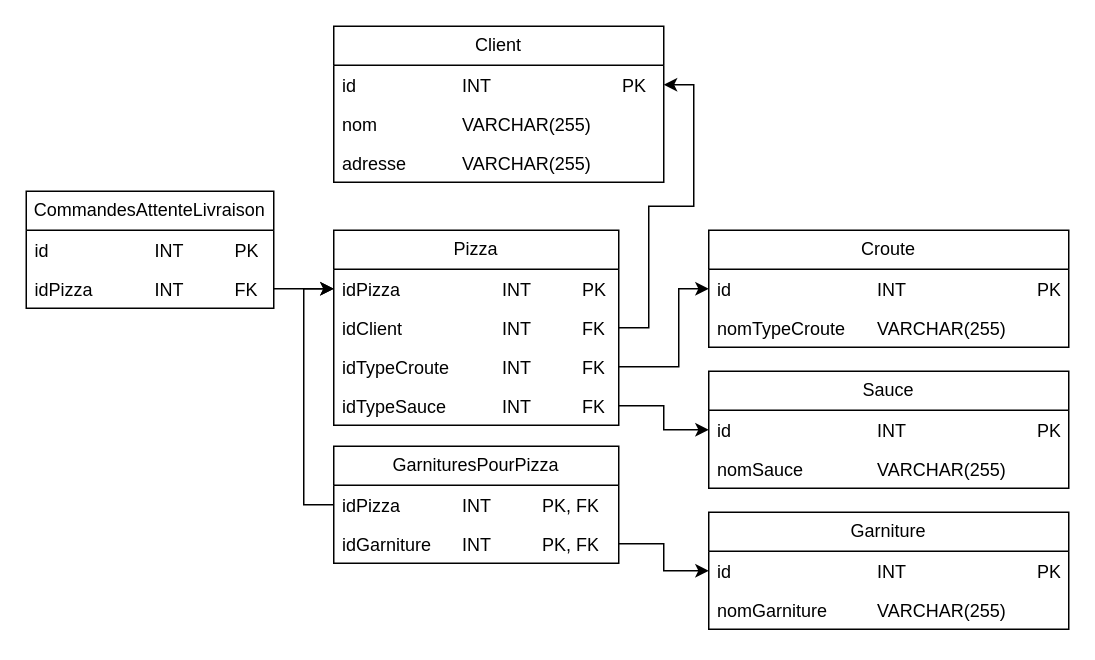
This is ModelisationProjetLong.drawio from cgpvicto-2564967/ProjetLongBD2, a draw.io file, before an edit. Source tidied: cells renumbered, new cells numbered last; positions are measured from the earlier drawing's top-left corner, leaving out a move shared by most shapes. Both pictures are drawn from the tidied source at 150%, with x=0, y=0 at pixel (26, 26).
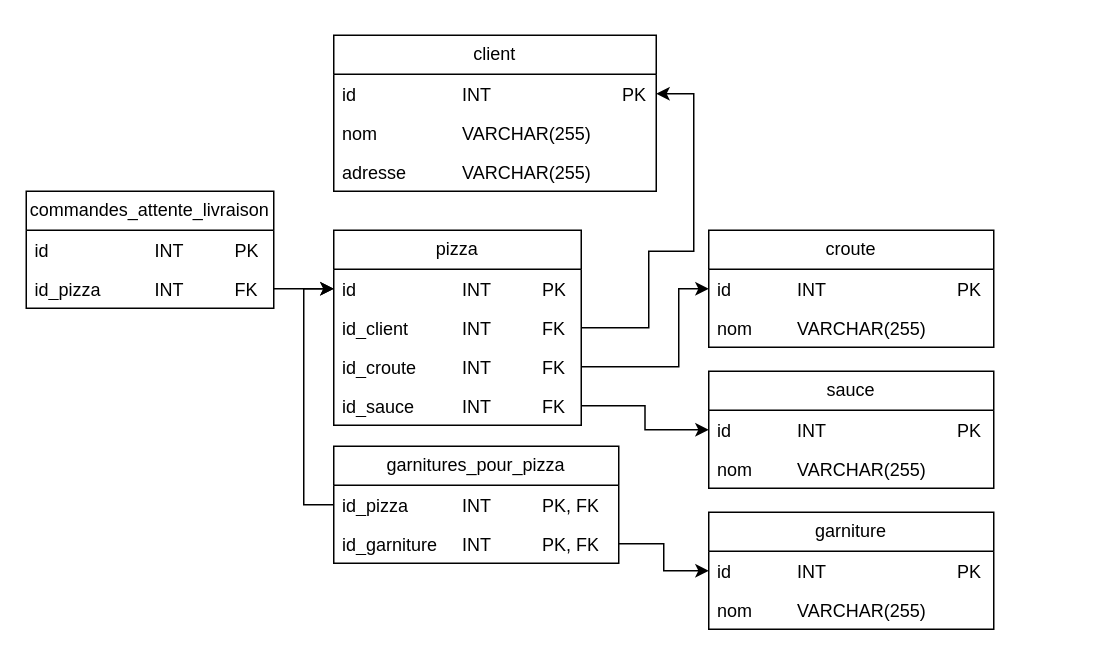
The same diagram, later.

Commit message (it also covers changes not shown here):
Ajout du script de création de la bd, des tables et du déclencheur. Modifs sur le schéma.

Change to the diagram source:
```diff
@@
-    <mxCell id="2" value="Client" style="swimlane;fontStyle=0;horizontal=1;startSize=26;fillColor=none;whiteSpace=wrap;html=1;" parent="1" vertex="1">
-      <mxGeometry x="205" width="220" height="104" as="geometry" />
+    <mxCell id="2" value="client" style="swimlane;fontStyle=0;horizontal=1;startSize=26;fillColor=none;whiteSpace=wrap;html=1;" parent="1" vertex="1">
+      <mxGeometry x="205" y="6" width="215" height="104" as="geometry" />
     </mxCell>
     <mxCell id="3" value="id&lt;span style=&quot;white-space: pre;&quot;&gt;&#9;&lt;/span&gt;&lt;span style=&quot;white-space: pre;&quot;&gt;&#9;&lt;/span&gt;&lt;span style=&quot;white-space: pre;&quot;&gt;&#9;&lt;/span&gt;INT&lt;span style=&quot;white-space: pre;&quot;&gt;&#9;&lt;/span&gt;&lt;span style=&quot;white-space: pre;&quot;&gt;&#9;&lt;/span&gt;&lt;span style=&quot;white-space: pre;&quot;&gt;&#9;&lt;/span&gt;&lt;span style=&quot;white-space: pre;&quot;&gt;&#9;&lt;/span&gt;PK" style="text;strokeColor=none;fillColor=none;align=left;verticalAlign=top;spacingLeft=4;spacingRight=4;overflow=hidden;points=[[0,0.5],[1,0.5]];portConstraint=eastwest;whiteSpace=wrap;html=1;" parent="2" vertex="1">
-      <mxGeometry y="26" width="220" height="26" as="geometry" />
+      <mxGeometry y="26" width="215" height="26" as="geometry" />
     </mxCell>
     <mxCell id="4" value="nom&lt;span style=&quot;white-space: pre;&quot;&gt;&#9;&lt;/span&gt;&lt;span style=&quot;white-space: pre;&quot;&gt;&#9;&lt;/span&gt;&lt;span style=&quot;white-space: pre;&quot;&gt;&#9;&lt;/span&gt;VARCHAR(255)" style="text;strokeColor=none;fillColor=none;align=left;verticalAlign=top;spacingLeft=4;spacingRight=4;overflow=hidden;whiteSpace=wrap;html=1;" parent="2" vertex="1">
-      <mxGeometry y="52" width="220" height="26" as="geometry" />
+      <mxGeometry y="52" width="215" height="26" as="geometry" />
     </mxCell>
     <mxCell id="5" value="adresse&lt;span style=&quot;white-space: pre;&quot;&gt;&#9;&lt;/span&gt;&lt;span style=&quot;white-space: pre;&quot;&gt;&#9;&lt;/span&gt;VARCHAR(255)" style="text;strokeColor=none;fillColor=none;align=left;verticalAlign=top;spacingLeft=4;spacingRight=4;overflow=hidden;whiteSpace=wrap;html=1;" parent="2" vertex="1">
-      <mxGeometry y="78" width="220" height="26" as="geometry" />
+      <mxGeometry y="78" width="215" height="26" as="geometry" />
     </mxCell>
     <mxCell id="6" style="edgeStyle=orthogonalEdgeStyle;rounded=0;jettySize=auto;html=1;exitX=1;exitY=0.5;exitDx=0;exitDy=0;entryX=1;entryY=0.5;entryDx=0;entryDy=0;defaultLabelBackgroundColor=page;" parent="1" edge="1" source="7" target="3">
-      <mxGeometry x="0.09" relative="1" as="geometry">
+      <mxGeometry x="0.14" relative="1" as="geometry">
         <Array as="points">
           <mxPoint x="415" y="201" />
-          <mxPoint x="415" y="120" />
-          <mxPoint x="445" y="120" />
-          <mxPoint x="445" y="39" />
+          <mxPoint x="415" y="150" />
+          <mxPoint x="445" y="150" />
+          <mxPoint x="445" y="45" />
         </Array>
       </mxGeometry>
     </mxCell>
-    <mxCell id="7" value="Pizza" style="swimlane;fontStyle=0;horizontal=1;startSize=26;fillColor=none;whiteSpace=wrap;html=1;" parent="1" vertex="1">
-      <mxGeometry x="205" y="136" width="190" height="130" as="geometry" />
+    <mxCell id="7" value="pizza" style="swimlane;fontStyle=0;horizontal=1;startSize=26;fillColor=none;whiteSpace=wrap;html=1;" parent="1" vertex="1">
+      <mxGeometry x="205" y="136" width="165" height="130" as="geometry" />
     </mxCell>
-    <mxCell id="8" value="idPizza&lt;span style=&quot;white-space: pre;&quot;&gt;&#9;&lt;/span&gt;&lt;span style=&quot;white-space: pre;&quot;&gt;&#9;&lt;span style=&quot;white-space: pre;&quot;&gt;&#9;&lt;/span&gt;&lt;/span&gt;INT&lt;span style=&quot;white-space: pre;&quot;&gt;&#9;&lt;/span&gt;&lt;span style=&quot;white-space: pre;&quot;&gt;&#9;&lt;/span&gt;PK" style="text;strokeColor=none;fillColor=none;align=left;verticalAlign=top;spacingLeft=4;spacingRight=4;overflow=hidden;points=[[0,0.5],[1,0.5]];portConstraint=eastwest;whiteSpace=wrap;html=1;" parent="7" vertex="1">
-      <mxGeometry y="26" width="190" height="26" as="geometry" />
+    <mxCell id="8" value="id&lt;span style=&quot;white-space: pre;&quot;&gt;&#9;&lt;span style=&quot;white-space: pre;&quot;&gt;&#9;&lt;/span&gt;&lt;/span&gt;&lt;span style=&quot;white-space: pre;&quot;&gt;&#9;&lt;/span&gt;INT&lt;span style=&quot;white-space: pre;&quot;&gt;&#9;&lt;/span&gt;&lt;span style=&quot;white-space: pre;&quot;&gt;&#9;&lt;/span&gt;PK" style="text;strokeColor=none;fillColor=none;align=left;verticalAlign=top;spacingLeft=4;spacingRight=4;overflow=hidden;points=[[0,0.5],[1,0.5]];portConstraint=eastwest;whiteSpace=wrap;html=1;" parent="7" vertex="1">
+      <mxGeometry y="26" width="165" height="26" as="geometry" />
     </mxCell>
-    <mxCell id="9" value="idClient&lt;span style=&quot;white-space: pre;&quot;&gt;&#9;&lt;/span&gt;&lt;span style=&quot;white-space: pre;&quot;&gt;&#9;&lt;/span&gt;&lt;span style=&quot;white-space: pre;&quot;&gt;&#9;&lt;/span&gt;INT&lt;span style=&quot;white-space: pre;&quot;&gt;&#9;&lt;/span&gt;&lt;span style=&quot;white-space: pre;&quot;&gt;&#9;&lt;/span&gt;FK" style="text;strokeColor=none;fillColor=none;align=left;verticalAlign=top;spacingLeft=4;spacingRight=4;overflow=hidden;whiteSpace=wrap;html=1;" parent="7" vertex="1">
-      <mxGeometry y="52" width="190" height="26" as="geometry" />
+    <mxCell id="9" value="id_client&lt;span style=&quot;white-space: pre;&quot;&gt;&#9;&lt;/span&gt;&lt;span style=&quot;white-space: pre;&quot;&gt;&#9;&lt;/span&gt;INT&lt;span style=&quot;white-space: pre;&quot;&gt;&#9;&lt;/span&gt;&lt;span style=&quot;white-space: pre;&quot;&gt;&#9;&lt;/span&gt;FK" style="text;strokeColor=none;fillColor=none;align=left;verticalAlign=top;spacingLeft=4;spacingRight=4;overflow=hidden;whiteSpace=wrap;html=1;" parent="7" vertex="1">
+      <mxGeometry y="52" width="165" height="26" as="geometry" />
     </mxCell>
-    <mxCell id="10" value="idTypeCroute&lt;span style=&quot;white-space: pre;&quot;&gt;&#9;&lt;/span&gt;&lt;span style=&quot;white-space: pre;&quot;&gt;&#9;&lt;/span&gt;INT&lt;span style=&quot;white-space: pre;&quot;&gt;&#9;&lt;/span&gt;&lt;span style=&quot;white-space: pre;&quot;&gt;&#9;&lt;/span&gt;FK" style="text;strokeColor=none;fillColor=none;align=left;verticalAlign=top;spacingLeft=4;spacingRight=4;overflow=hidden;points=[[0,0.5],[1,0.5]];portConstraint=eastwest;whiteSpace=wrap;html=1;" parent="7" vertex="1">
-      <mxGeometry y="78" width="190" height="26" as="geometry" />
+    <mxCell id="10" value="id_croute&lt;span style=&quot;white-space: pre;&quot;&gt;&#9;&lt;/span&gt;&lt;span style=&quot;white-space: pre;&quot;&gt;&#9;&lt;/span&gt;INT&lt;span style=&quot;white-space: pre;&quot;&gt;&#9;&lt;/span&gt;&lt;span style=&quot;white-space: pre;&quot;&gt;&#9;&lt;/span&gt;FK" style="text;strokeColor=none;fillColor=none;align=left;verticalAlign=top;spacingLeft=4;spacingRight=4;overflow=hidden;points=[[0,0.5],[1,0.5]];portConstraint=eastwest;whiteSpace=wrap;html=1;" parent="7" vertex="1">
+      <mxGeometry y="78" width="165" height="26" as="geometry" />
     </mxCell>
-    <mxCell id="11" value="idTypeSauce&lt;span style=&quot;white-space: pre;&quot;&gt;&#9;&lt;/span&gt;&lt;span style=&quot;white-space: pre;&quot;&gt;&#9;&lt;/span&gt;INT&lt;span style=&quot;white-space: pre;&quot;&gt;&#9;&lt;/span&gt;&lt;span style=&quot;white-space: pre;&quot;&gt;&#9;&lt;/span&gt;FK" style="text;strokeColor=none;fillColor=none;align=left;verticalAlign=top;spacingLeft=4;spacingRight=4;overflow=hidden;points=[[0,0.5],[1,0.5]];portConstraint=eastwest;whiteSpace=wrap;html=1;" parent="7" vertex="1">
-      <mxGeometry y="104" width="190" height="26" as="geometry" />
+    <mxCell id="11" value="id_sauce&lt;span style=&quot;white-space: pre;&quot;&gt;&#9;&lt;/span&gt;&lt;span style=&quot;white-space: pre;&quot;&gt;&#9;&lt;/span&gt;INT&lt;span style=&quot;white-space: pre;&quot;&gt;&#9;&lt;/span&gt;&lt;span style=&quot;white-space: pre;&quot;&gt;&#9;&lt;/span&gt;FK" style="text;strokeColor=none;fillColor=none;align=left;verticalAlign=top;spacingLeft=4;spacingRight=4;overflow=hidden;points=[[0,0.5],[1,0.5]];portConstraint=eastwest;whiteSpace=wrap;html=1;" parent="7" vertex="1">
+      <mxGeometry y="104" width="165" height="26" as="geometry" />
     </mxCell>
-    <mxCell id="12" value="Croute" style="swimlane;fontStyle=0;horizontal=1;startSize=26;fillColor=none;whiteSpace=wrap;html=1;" parent="1" vertex="1">
-      <mxGeometry x="455" y="136" width="240" height="78" as="geometry" />
+    <mxCell id="12" value="croute" style="swimlane;fontStyle=0;horizontal=1;startSize=26;fillColor=none;whiteSpace=wrap;html=1;" parent="1" vertex="1">
+      <mxGeometry x="455" y="136" width="190" height="78" as="geometry" />
     </mxCell>
-    <mxCell id="13" value="id&lt;span style=&quot;white-space: pre;&quot;&gt;&#9;&lt;/span&gt;&lt;span style=&quot;white-space: pre;&quot;&gt;&#9;&lt;/span&gt;&lt;span style=&quot;white-space: pre;&quot;&gt;&#9;&lt;/span&gt;&lt;span style=&quot;white-space: pre;&quot;&gt;&#9;&lt;/span&gt;INT&lt;span style=&quot;white-space: pre;&quot;&gt;&#9;&lt;/span&gt;&lt;span style=&quot;white-space: pre;&quot;&gt;&#9;&lt;/span&gt;&lt;span style=&quot;white-space: pre;&quot;&gt;&#9;&lt;span style=&quot;white-space: pre;&quot;&gt;&#9;&lt;/span&gt;&lt;/span&gt;PK" style="text;strokeColor=none;fillColor=none;align=left;verticalAlign=top;spacingLeft=4;spacingRight=4;overflow=hidden;points=[[0,0.5],[1,0.5]];portConstraint=eastwest;whiteSpace=wrap;html=1;" parent="12" vertex="1">
-      <mxGeometry y="26" width="240" height="26" as="geometry" />
+    <mxCell id="13" value="id&lt;span style=&quot;white-space: pre;&quot;&gt;&#9;&lt;/span&gt;&lt;span style=&quot;white-space: pre;&quot;&gt;&#9;&lt;/span&gt;INT&lt;span style=&quot;white-space: pre;&quot;&gt;&#9;&lt;/span&gt;&lt;span style=&quot;white-space: pre;&quot;&gt;&#9;&lt;/span&gt;&lt;span style=&quot;white-space: pre;&quot;&gt;&#9;&lt;span style=&quot;white-space: pre;&quot;&gt;&#9;&lt;/span&gt;&lt;/span&gt;PK" style="text;strokeColor=none;fillColor=none;align=left;verticalAlign=top;spacingLeft=4;spacingRight=4;overflow=hidden;points=[[0,0.5],[1,0.5]];portConstraint=eastwest;whiteSpace=wrap;html=1;" parent="12" vertex="1">
+      <mxGeometry y="26" width="190" height="26" as="geometry" />
     </mxCell>
-    <mxCell id="14" value="nomTypeCroute&lt;span style=&quot;white-space: pre;&quot;&gt;&#9;&lt;/span&gt;VARCHAR(255)" style="text;strokeColor=none;fillColor=none;align=left;verticalAlign=top;spacingLeft=4;spacingRight=4;overflow=hidden;whiteSpace=wrap;html=1;" parent="12" vertex="1">
-      <mxGeometry y="52" width="240" height="26" as="geometry" />
+    <mxCell id="14" value="nom&lt;span style=&quot;white-space: pre;&quot;&gt;&#9;&lt;/span&gt;&lt;span style=&quot;white-space: pre;&quot;&gt;&#9;&lt;/span&gt;VARCHAR(255)" style="text;strokeColor=none;fillColor=none;align=left;verticalAlign=top;spacingLeft=4;spacingRight=4;overflow=hidden;whiteSpace=wrap;html=1;" parent="12" vertex="1">
+      <mxGeometry y="52" width="190" height="26" as="geometry" />
     </mxCell>
-    <mxCell id="15" value="Sauce" style="swimlane;fontStyle=0;horizontal=1;startSize=26;fillColor=none;whiteSpace=wrap;html=1;" parent="1" vertex="1">
-      <mxGeometry x="455" y="230" width="240" height="78" as="geometry" />
+    <mxCell id="15" value="sauce" style="swimlane;fontStyle=0;horizontal=1;startSize=26;fillColor=none;whiteSpace=wrap;html=1;" parent="1" vertex="1">
+      <mxGeometry x="455" y="230" width="190" height="78" as="geometry" />
     </mxCell>
-    <mxCell id="16" value="id&lt;span style=&quot;white-space: pre;&quot;&gt;&#9;&lt;/span&gt;&lt;span style=&quot;white-space: pre;&quot;&gt;&#9;&lt;/span&gt;&lt;span style=&quot;white-space: pre;&quot;&gt;&#9;&lt;/span&gt;&lt;span style=&quot;white-space: pre;&quot;&gt;&#9;&lt;/span&gt;INT&lt;span style=&quot;white-space: pre;&quot;&gt;&#9;&lt;/span&gt;&lt;span style=&quot;white-space: pre;&quot;&gt;&#9;&lt;/span&gt;&lt;span style=&quot;white-space: pre;&quot;&gt;&#9;&lt;span style=&quot;white-space: pre;&quot;&gt;&#9;&lt;/span&gt;&lt;/span&gt;PK" style="text;strokeColor=none;fillColor=none;align=left;verticalAlign=top;spacingLeft=4;spacingRight=4;overflow=hidden;points=[[0,0.5],[1,0.5]];portConstraint=eastwest;whiteSpace=wrap;html=1;" parent="15" vertex="1">
-      <mxGeometry y="26" width="240" height="26" as="geometry" />
+    <mxCell id="16" value="id&lt;span style=&quot;white-space: pre;&quot;&gt;&#9;&lt;/span&gt;&lt;span style=&quot;white-space: pre;&quot;&gt;&#9;&lt;/span&gt;INT&lt;span style=&quot;white-space: pre;&quot;&gt;&#9;&lt;/span&gt;&lt;span style=&quot;white-space: pre;&quot;&gt;&#9;&lt;/span&gt;&lt;span style=&quot;white-space: pre;&quot;&gt;&#9;&lt;span style=&quot;white-space: pre;&quot;&gt;&#9;&lt;/span&gt;&lt;/span&gt;PK" style="text;strokeColor=none;fillColor=none;align=left;verticalAlign=top;spacingLeft=4;spacingRight=4;overflow=hidden;points=[[0,0.5],[1,0.5]];portConstraint=eastwest;whiteSpace=wrap;html=1;" parent="15" vertex="1">
+      <mxGeometry y="26" width="190" height="26" as="geometry" />
     </mxCell>
-    <mxCell id="17" value="nomSauce&lt;span style=&quot;white-space: pre;&quot;&gt;&#9;&lt;/span&gt;&lt;span style=&quot;white-space: pre;&quot;&gt;&#9;&lt;/span&gt;VARCHAR(255)" style="text;strokeColor=none;fillColor=none;align=left;verticalAlign=top;spacingLeft=4;spacingRight=4;overflow=hidden;whiteSpace=wrap;html=1;" parent="15" vertex="1">
-      <mxGeometry y="52" width="240" height="26" as="geometry" />
+    <mxCell id="17" value="nom&lt;span style=&quot;white-space: pre;&quot;&gt;&#9;&lt;/span&gt;&lt;span style=&quot;white-space: pre;&quot;&gt;&#9;&lt;/span&gt;VARCHAR(255)" style="text;strokeColor=none;fillColor=none;align=left;verticalAlign=top;spacingLeft=4;spacingRight=4;overflow=hidden;whiteSpace=wrap;html=1;" parent="15" vertex="1">
+      <mxGeometry y="52" width="190" height="26" as="geometry" />
     </mxCell>
-    <mxCell id="18" value="Garniture" style="swimlane;fontStyle=0;horizontal=1;startSize=26;fillColor=none;whiteSpace=wrap;html=1;" parent="1" vertex="1">
-      <mxGeometry x="455" y="324" width="240" height="78" as="geometry" />
+    <mxCell id="18" value="garniture" style="swimlane;fontStyle=0;horizontal=1;startSize=26;fillColor=none;whiteSpace=wrap;html=1;" parent="1" vertex="1">
+      <mxGeometry x="455" y="324" width="190" height="78" as="geometry" />
     </mxCell>
-    <mxCell id="19" value="id&lt;span style=&quot;white-space: pre;&quot;&gt;&#9;&lt;/span&gt;&lt;span style=&quot;white-space: pre;&quot;&gt;&#9;&lt;/span&gt;&lt;span style=&quot;white-space: pre;&quot;&gt;&#9;&lt;/span&gt;&lt;span style=&quot;white-space: pre;&quot;&gt;&#9;&lt;/span&gt;INT&lt;span style=&quot;white-space: pre;&quot;&gt;&#9;&lt;/span&gt;&lt;span style=&quot;white-space: pre;&quot;&gt;&#9;&lt;/span&gt;&lt;span style=&quot;white-space: pre;&quot;&gt;&#9;&lt;span style=&quot;white-space: pre;&quot;&gt;&#9;&lt;/span&gt;&lt;/span&gt;PK" style="text;strokeColor=none;fillColor=none;align=left;verticalAlign=top;spacingLeft=4;spacingRight=4;overflow=hidden;points=[[0,0.5],[1,0.5]];portConstraint=eastwest;whiteSpace=wrap;html=1;" parent="18" vertex="1">
-      <mxGeometry y="26" width="240" height="26" as="geometry" />
+    <mxCell id="19" value="id&lt;span style=&quot;white-space: pre;&quot;&gt;&#9;&lt;/span&gt;&lt;span style=&quot;white-space: pre;&quot;&gt;&#9;&lt;/span&gt;INT&lt;span style=&quot;white-space: pre;&quot;&gt;&#9;&lt;/span&gt;&lt;span style=&quot;white-space: pre;&quot;&gt;&#9;&lt;/span&gt;&lt;span style=&quot;white-space: pre;&quot;&gt;&#9;&lt;span style=&quot;white-space: pre;&quot;&gt;&#9;&lt;/span&gt;&lt;/span&gt;PK" style="text;strokeColor=none;fillColor=none;align=left;verticalAlign=top;spacingLeft=4;spacingRight=4;overflow=hidden;points=[[0,0.5],[1,0.5]];portConstraint=eastwest;whiteSpace=wrap;html=1;" parent="18" vertex="1">
+      <mxGeometry y="26" width="190" height="26" as="geometry" />
     </mxCell>
-    <mxCell id="20" value="nomGarniture&lt;span style=&quot;white-space: pre;&quot;&gt;&#9;&lt;/span&gt;&lt;span style=&quot;white-space: pre;&quot;&gt;&#9;&lt;/span&gt;VARCHAR(255)" style="text;strokeColor=none;fillColor=none;align=left;verticalAlign=top;spacingLeft=4;spacingRight=4;overflow=hidden;whiteSpace=wrap;html=1;" parent="18" vertex="1">
-      <mxGeometry y="52" width="240" height="26" as="geometry" />
+    <mxCell id="20" value="nom&lt;span style=&quot;white-space: pre;&quot;&gt;&#9;&lt;/span&gt;&lt;span style=&quot;white-space: pre;&quot;&gt;&#9;&lt;/span&gt;VARCHAR(255)" style="text;strokeColor=none;fillColor=none;align=left;verticalAlign=top;spacingLeft=4;spacingRight=4;overflow=hidden;whiteSpace=wrap;html=1;" parent="18" vertex="1">
+      <mxGeometry y="52" width="190" height="26" as="geometry" />
     </mxCell>
-    <mxCell id="21" value="GarnituresPourPizza" style="swimlane;fontStyle=0;horizontal=1;startSize=26;fillColor=none;whiteSpace=wrap;html=1;" parent="1" vertex="1">
+    <mxCell id="21" value="garnitures_pour_pizza" style="swimlane;fontStyle=0;horizontal=1;startSize=26;fillColor=none;whiteSpace=wrap;html=1;" parent="1" vertex="1">
       <mxGeometry x="205" y="280" width="190" height="78" as="geometry" />
     </mxCell>
-    <mxCell id="22" value="idPizza&lt;span style=&quot;white-space: pre;&quot;&gt;&#9;&lt;/span&gt;&lt;span style=&quot;white-space: pre;&quot;&gt;&#9;&lt;/span&gt;INT&lt;span style=&quot;white-space: pre;&quot;&gt;&#9;&lt;span style=&quot;white-space: pre;&quot;&gt;&#9;&lt;/span&gt;&lt;/span&gt;PK, FK" style="text;strokeColor=none;fillColor=none;align=left;verticalAlign=top;spacingLeft=4;spacingRight=4;overflow=hidden;points=[[0,0.5],[1,0.5]];portConstraint=eastwest;whiteSpace=wrap;html=1;" parent="21" vertex="1">
+    <mxCell id="22" value="id_pizza&lt;span style=&quot;white-space: pre;&quot;&gt;&#9;&lt;/span&gt;&lt;span style=&quot;white-space: pre;&quot;&gt;&#9;&lt;/span&gt;INT&lt;span style=&quot;white-space: pre;&quot;&gt;&#9;&lt;span style=&quot;white-space: pre;&quot;&gt;&#9;&lt;/span&gt;&lt;/span&gt;PK, FK" style="text;strokeColor=none;fillColor=none;align=left;verticalAlign=top;spacingLeft=4;spacingRight=4;overflow=hidden;points=[[0,0.5],[1,0.5]];portConstraint=eastwest;whiteSpace=wrap;html=1;" parent="21" vertex="1">
       <mxGeometry y="26" width="190" height="26" as="geometry" />
     </mxCell>
-    <mxCell id="23" value="idGarniture&lt;span style=&quot;white-space: pre;&quot;&gt;&#9;&lt;/span&gt;INT&lt;span style=&quot;white-space: pre;&quot;&gt;&#9;&lt;/span&gt;&lt;span style=&quot;white-space: pre;&quot;&gt;&#9;&lt;/span&gt;PK, FK" style="text;strokeColor=none;fillColor=none;align=left;verticalAlign=top;spacingLeft=4;spacingRight=4;overflow=hidden;points=[[0,0.5],[1,0.5]];portConstraint=eastwest;whiteSpace=wrap;html=1;" parent="21" vertex="1">
+    <mxCell id="23" value="id_garniture&lt;span style=&quot;white-space: pre;&quot;&gt;&#9;&lt;/span&gt;INT&lt;span style=&quot;white-space: pre;&quot;&gt;&#9;&lt;/span&gt;&lt;span style=&quot;white-space: pre;&quot;&gt;&#9;&lt;/span&gt;PK, FK" style="text;strokeColor=none;fillColor=none;align=left;verticalAlign=top;spacingLeft=4;spacingRight=4;overflow=hidden;points=[[0,0.5],[1,0.5]];portConstraint=eastwest;whiteSpace=wrap;html=1;" parent="21" vertex="1">
       <mxGeometry y="52" width="190" height="26" as="geometry" />
     </mxCell>
@@
-    <mxCell id="28" value="CommandesAttenteLivraison" style="swimlane;fontStyle=0;horizontal=1;startSize=26;fillColor=none;whiteSpace=wrap;html=1;" parent="1" vertex="1">
+    <mxCell id="28" value="commandes_attente_livraison" style="swimlane;fontStyle=0;horizontal=1;startSize=26;fillColor=none;whiteSpace=wrap;html=1;" parent="1" vertex="1">
       <mxGeometry y="110" width="165" height="78" as="geometry" />
     </mxCell>
@@
-    <mxCell id="30" value="idPizza&lt;span style=&quot;white-space: pre;&quot;&gt;&#9;&lt;/span&gt;&lt;span style=&quot;white-space: pre;&quot;&gt;&#9;&lt;/span&gt;INT&lt;span style=&quot;white-space: pre;&quot;&gt;&#9;&lt;span style=&quot;white-space: pre;&quot;&gt;&#9;&lt;/span&gt;&lt;/span&gt;FK" style="text;strokeColor=none;fillColor=none;align=left;verticalAlign=top;spacingLeft=4;spacingRight=4;overflow=hidden;points=[[0,0.5],[1,0.5]];portConstraint=eastwest;whiteSpace=wrap;html=1;" parent="28" vertex="1">
+    <mxCell id="30" value="id_pizza&lt;span style=&quot;white-space: pre;&quot;&gt;&#9;&lt;/span&gt;&lt;span style=&quot;white-space: pre;&quot;&gt;&#9;&lt;/span&gt;INT&lt;span style=&quot;white-space: pre;&quot;&gt;&#9;&lt;span style=&quot;white-space: pre;&quot;&gt;&#9;&lt;/span&gt;&lt;/span&gt;FK" style="text;strokeColor=none;fillColor=none;align=left;verticalAlign=top;spacingLeft=4;spacingRight=4;overflow=hidden;points=[[0,0.5],[1,0.5]];portConstraint=eastwest;whiteSpace=wrap;html=1;" parent="28" vertex="1">
       <mxGeometry y="52" width="165" height="26" as="geometry" />
     </mxCell>
```
